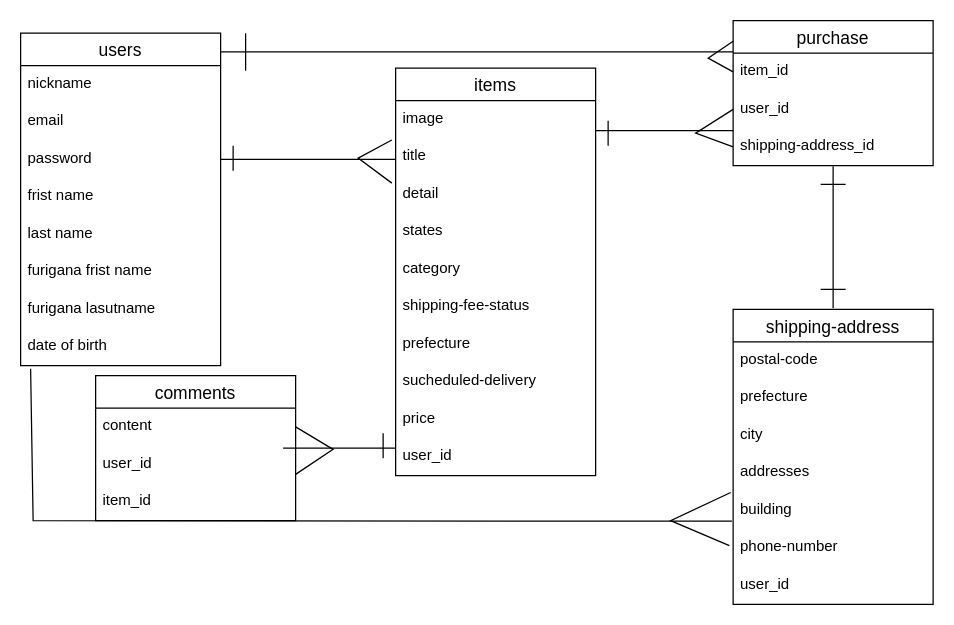
kumaboie/furima-41372 keeps this draw.io diagram as test.dio. Above is the earlier version. Source tidied: cells renumbered, new cells numbered last; positions are measured from the earlier drawing's top-left corner, leaving out a move shared by most shapes. Both pictures are drawn from the tidied source at 125%, with x=0, y=0 at pixel (20, 20).
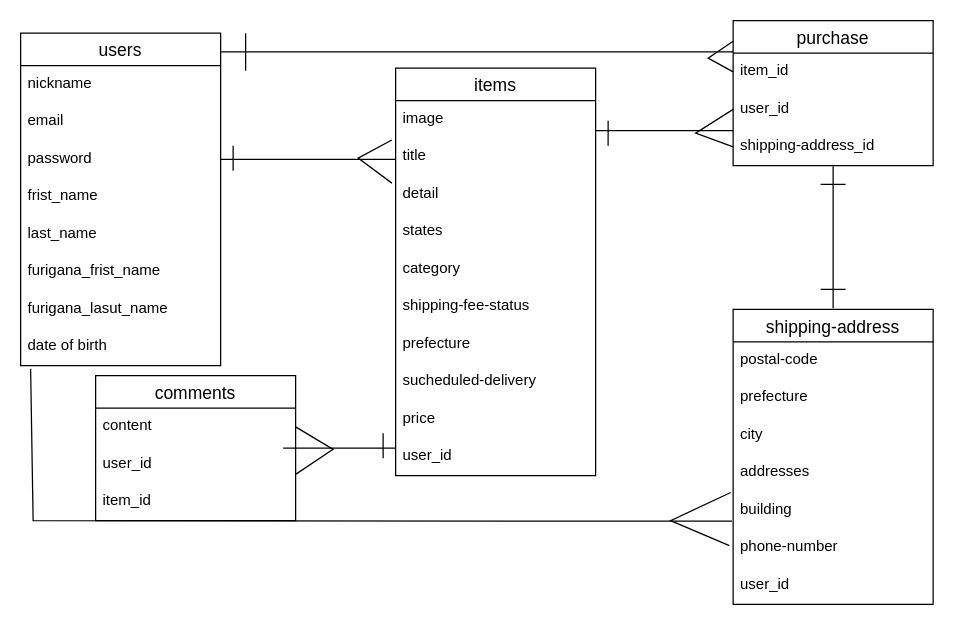
The same page after the edit.

Commit message (it also covers changes not shown here):
本名とフリガナに分ける②

The change refers to these unchanged cells:
```xml
<mxCell id="2" value="users" style="swimlane;fontStyle=0;horizontal=1;startSize=26;align=center;fontSize=14;" parent="1" vertex="1">
  <mxGeometry y="10" width="160" height="266" as="geometry" />
</mxCell>
```

What changed in the source:
```diff
@@
-    <mxCell id="6" value="frist name" style="text;strokeColor=none;fillColor=none;spacingLeft=4;spacingRight=4;overflow=hidden;fontSize=12;" parent="2" vertex="1">
+    <mxCell id="6" value="frist_name" style="text;strokeColor=none;fillColor=none;spacingLeft=4;spacingRight=4;overflow=hidden;fontSize=12;" parent="2" vertex="1">
       <mxGeometry y="116" width="160" height="30" as="geometry" />
     </mxCell>
-    <mxCell id="7" value="last name" style="text;strokeColor=none;fillColor=none;spacingLeft=4;spacingRight=4;overflow=hidden;fontSize=12;" parent="2" vertex="1">
+    <mxCell id="7" value="last_name" style="text;strokeColor=none;fillColor=none;spacingLeft=4;spacingRight=4;overflow=hidden;fontSize=12;" parent="2" vertex="1">
       <mxGeometry y="146" width="160" height="30" as="geometry" />
     </mxCell>
-    <mxCell id="8" value="furigana frist name" style="text;strokeColor=none;fillColor=none;spacingLeft=4;spacingRight=4;overflow=hidden;fontSize=12;" parent="2" vertex="1">
+    <mxCell id="8" value="furigana_frist_name" style="text;strokeColor=none;fillColor=none;spacingLeft=4;spacingRight=4;overflow=hidden;fontSize=12;" parent="2" vertex="1">
       <mxGeometry y="176" width="160" height="30" as="geometry" />
     </mxCell>
-    <mxCell id="9" value="furigana lasutname" style="text;strokeColor=none;fillColor=none;spacingLeft=4;spacingRight=4;overflow=hidden;fontSize=12;" parent="2" vertex="1">
+    <mxCell id="9" value="furigana_lasut_name" style="text;strokeColor=none;fillColor=none;spacingLeft=4;spacingRight=4;overflow=hidden;fontSize=12;" parent="2" vertex="1">
       <mxGeometry y="206" width="160" height="30" as="geometry" />
     </mxCell>
```
